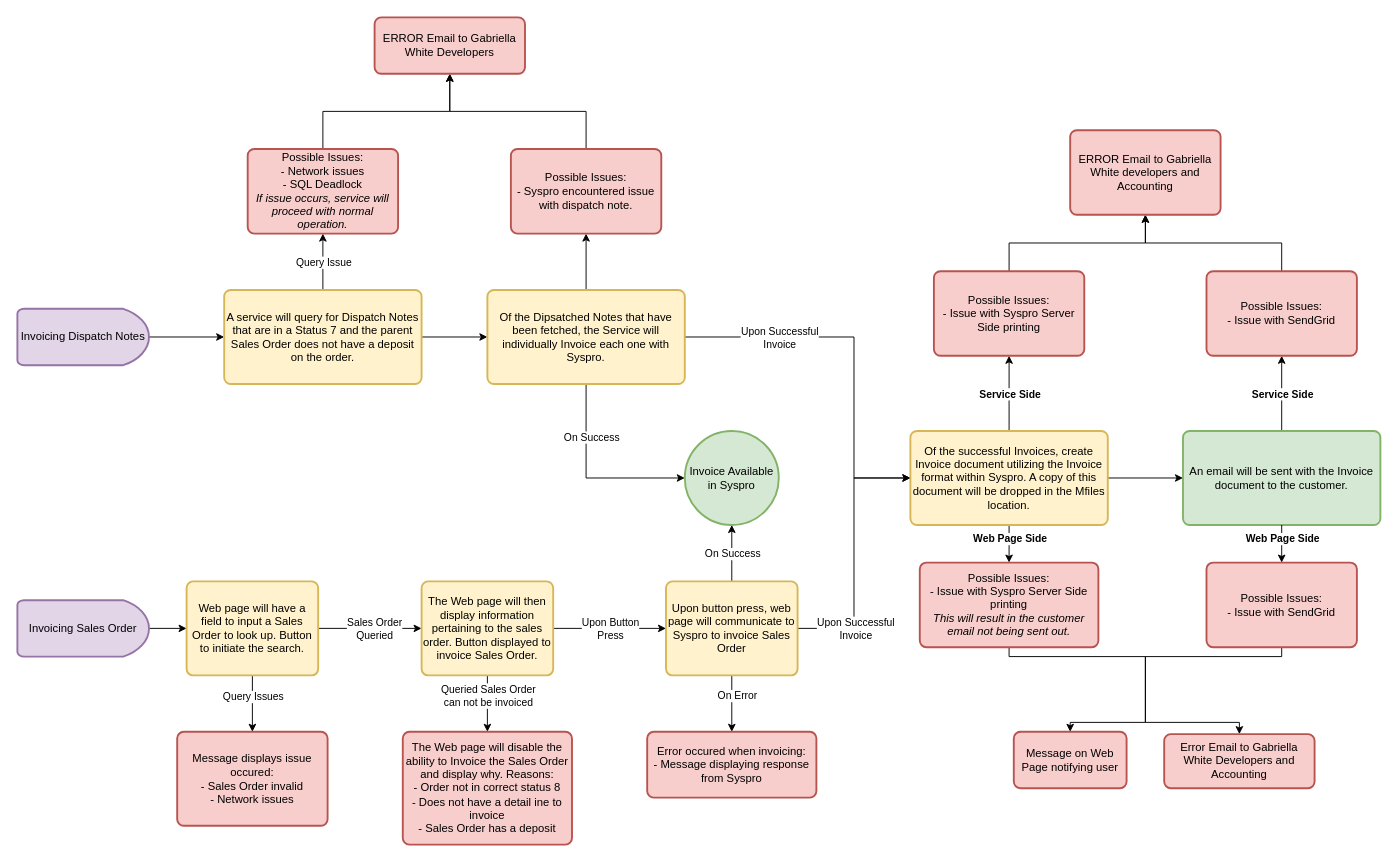
DevJustinP/WIP keeps this draw.io diagram as page "System Overview" (2 of 2) of Tickets/Normal Tickets/Ticket 34984 - Invoice Automation/Application Diagrams/ApplicationDiagram.drawio. Above is the earlier version. Source tidied: cells renumbered, new cells numbered last; positions are measured from the earlier drawing's top-left corner, leaving out a move shared by most shapes. Both pictures are drawn from the tidied source at 94%, with x=0, y=0 at pixel (17, 17).
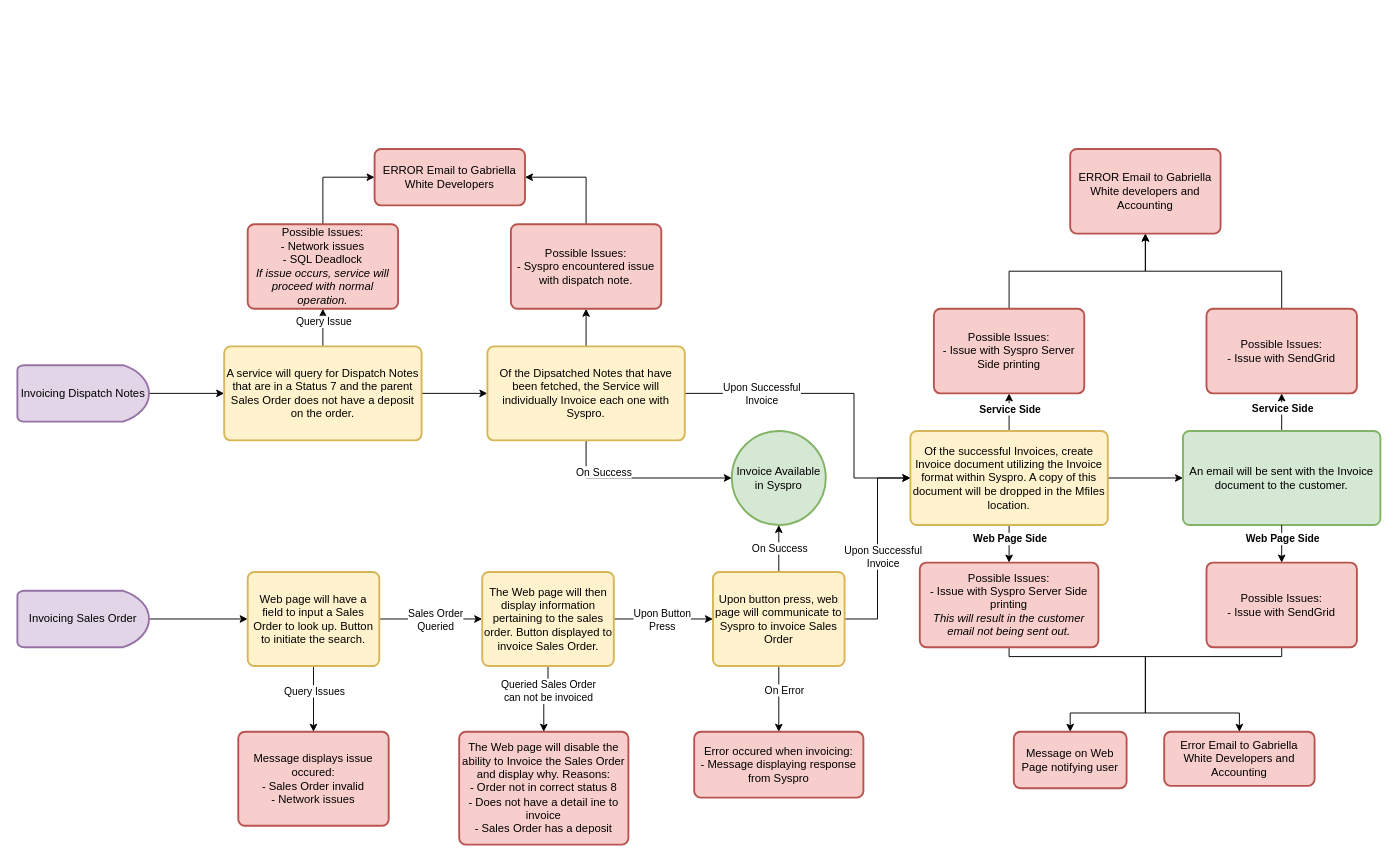
Above is the later version.

The change refers to these unchanged cells:
```xml
<mxCell id="20" value="Of the successful Invoices, create Invoice document utilizing the Invoice format within Syspro. A copy of this document will be dropped in the Mfiles location." style="rounded=1;whiteSpace=wrap;html=1;absoluteArcSize=1;arcSize=14;strokeWidth=2;fillColor=#fff2cc;strokeColor=#d6b656;" parent="1" vertex="1">
  <mxGeometry x="950" y="440" width="210" height="100" as="geometry" />
</mxCell>
<mxCell id="34" style="edgeStyle=orthogonalEdgeStyle;rounded=0;jettySize=auto;html=1;exitX=1;exitY=0.5;exitDx=0;exitDy=0;entryX=0;entryY=0.5;entryDx=0;entryDy=0;" parent="1" edge="1" source="40" target="20">
  <mxGeometry relative="1" as="geometry" />
</mxCell>
<mxCell id="56" value="Possible Issues:&lt;br&gt;- Issue with Syspro Server Side printing&lt;br&gt;&lt;i&gt;This will result in the customer email not being sent out.&lt;/i&gt;" style="rounded=1;whiteSpace=wrap;html=1;absoluteArcSize=1;arcSize=14;strokeWidth=2;fillColor=#f8cecc;strokeColor=#b85450;" parent="1" vertex="1">
  <mxGeometry x="960" y="580" width="190" height="90" as="geometry" />
</mxCell>
<mxCell id="57" value="Message on Web Page notifying user" style="rounded=1;whiteSpace=wrap;html=1;absoluteArcSize=1;arcSize=14;strokeWidth=2;fillColor=#f8cecc;strokeColor=#b85450;" parent="1" vertex="1">
  <mxGeometry x="1060" y="760" width="120" height="60" as="geometry" />
</mxCell>
<mxCell id="61" value="Possible Issues:&lt;br&gt;- Issue with SendGrid" style="rounded=1;whiteSpace=wrap;html=1;absoluteArcSize=1;arcSize=14;strokeWidth=2;fillColor=#f8cecc;strokeColor=#b85450;" parent="1" vertex="1">
  <mxGeometry x="1265" y="580" width="160" height="90" as="geometry" />
</mxCell>
```

The edit, as a diff of the source:
```diff
@@
     <mxCell id="3" value="Invoicing Dispatch Notes" style="strokeWidth=2;html=1;shape=mxgraph.flowchart.delay;whiteSpace=wrap;fillColor=#e1d5e7;strokeColor=#9673a6;" parent="1" vertex="1">
-      <mxGeometry y="310" width="140" height="60" as="geometry" />
+      <mxGeometry y="370" width="140" height="60" as="geometry" />
     </mxCell>
@@
     <mxCell id="7" value="A service will query for Dispatch Notes that are in a Status 7 and the parent Sales Order does not have a deposit on the order." style="rounded=1;whiteSpace=wrap;html=1;absoluteArcSize=1;arcSize=14;strokeWidth=2;fillColor=#fff2cc;strokeColor=#d6b656;" parent="1" vertex="1">
-      <mxGeometry x="220" y="290" width="210" height="100" as="geometry" />
+      <mxGeometry x="220" y="350" width="210" height="100" as="geometry" />
     </mxCell>
@@
-    <mxCell id="10" style="edgeStyle=orthogonalEdgeStyle;rounded=0;jettySize=auto;html=1;entryX=0;entryY=0.5;entryDx=0;entryDy=0;" parent="1" edge="1" source="13" target="20">
+    <mxCell id="10" style="edgeStyle=orthogonalEdgeStyle;rounded=0;jettySize=auto;html=1;entryX=0;entryY=0.5;entryDx=0;entryDy=0;exitX=1;exitY=0.5;exitDx=0;exitDy=0;" parent="1" edge="1" source="13" target="20">
       <mxGeometry relative="1" as="geometry">
         <Array as="points">
-          <mxPoint x="890" y="340" />
+          <mxPoint x="890" y="400" />
           <mxPoint x="890" y="490" />
         </Array>
       </mxGeometry>
     </mxCell>
@@
     <mxCell id="13" value="Of the Dipsatched Notes that have been fetched, the Service will individually Invoice each one with Syspro." style="rounded=1;whiteSpace=wrap;html=1;absoluteArcSize=1;arcSize=14;strokeWidth=2;fillColor=#fff2cc;strokeColor=#d6b656;" parent="1" vertex="1">
-      <mxGeometry x="500" y="290" width="210" height="100" as="geometry" />
+      <mxGeometry x="500" y="350" width="210" height="100" as="geometry" />
     </mxCell>
     <mxCell id="14" value="Invoice Available in Syspro" style="strokeWidth=2;html=1;shape=mxgraph.flowchart.start_2;whiteSpace=wrap;fillColor=#d5e8d4;strokeColor=#82b366;" parent="1" vertex="1">
-      <mxGeometry x="710" y="440" width="100" height="100" as="geometry" />
+      <mxGeometry x="760" y="440" width="100" height="100" as="geometry" />
     </mxCell>
@@
     <mxCell id="22" value="Invoicing Sales Order" style="strokeWidth=2;html=1;shape=mxgraph.flowchart.delay;whiteSpace=wrap;fillColor=#e1d5e7;strokeColor=#9673a6;" parent="1" vertex="1">
-      <mxGeometry y="620" width="140" height="60" as="geometry" />
+      <mxGeometry y="610" width="140" height="60" as="geometry" />
     </mxCell>
@@
     <mxCell id="27" value="Web page will have a field to input a Sales Order to look up. Button to initiate the search." style="rounded=1;whiteSpace=wrap;html=1;absoluteArcSize=1;arcSize=14;strokeWidth=2;fillColor=#fff2cc;strokeColor=#d6b656;" parent="1" vertex="1">
-      <mxGeometry x="180" y="600" width="140" height="100" as="geometry" />
+      <mxGeometry x="245" y="590" width="140" height="100" as="geometry" />
     </mxCell>
@@
     <mxCell id="32" value="The Web page will then display information pertaining to the sales order. Button displayed to invoice Sales Order." style="rounded=1;whiteSpace=wrap;html=1;absoluteArcSize=1;arcSize=14;strokeWidth=2;fillColor=#fff2cc;strokeColor=#d6b656;" parent="1" vertex="1">
-      <mxGeometry x="430" y="600" width="140" height="100" as="geometry" />
+      <mxGeometry x="494.5" y="590" width="140" height="100" as="geometry" />
     </mxCell>
     <mxCell id="33" value="The Web page will disable the ability to Invoice the Sales Order and display why. Reasons:&lt;br&gt;- Order not in correct status 8&lt;br&gt;- Does not have a detail ine to invoice&lt;br&gt;- Sales Order has a deposit" style="rounded=1;whiteSpace=wrap;html=1;absoluteArcSize=1;arcSize=14;strokeWidth=2;fillColor=#f8cecc;strokeColor=#b85450;" parent="1" vertex="1">
-      <mxGeometry x="410" y="760" width="180" height="120" as="geometry" />
+      <mxGeometry x="470" y="760" width="180" height="120" as="geometry" />
     </mxCell>
@@
     <mxCell id="35" value="Upon Successful&lt;br style=&quot;border-color: var(--border-color);&quot;&gt;Invoice" style="edgeLabel;html=1;align=center;verticalAlign=middle;" parent="34" vertex="1">
       <mxGeometry x="0.3" y="-1" relative="1" as="geometry">
-        <mxPoint y="122" as="offset" />
+        <mxPoint x="4" y="41" as="offset" />
       </mxGeometry>
     </mxCell>
@@
     <mxCell id="40" value="Upon button press, web page will communicate to Syspro to invoice Sales Order" style="rounded=1;whiteSpace=wrap;html=1;absoluteArcSize=1;arcSize=14;strokeWidth=2;fillColor=#fff2cc;strokeColor=#d6b656;" parent="1" vertex="1">
-      <mxGeometry x="690" y="600" width="140" height="100" as="geometry" />
+      <mxGeometry x="740" y="590" width="140" height="100" as="geometry" />
     </mxCell>
     <mxCell id="41" value="Message displays issue occured:&lt;br&gt;- Sales Order invalid&lt;br&gt;- Network issues" style="rounded=1;whiteSpace=wrap;html=1;absoluteArcSize=1;arcSize=14;strokeWidth=2;fillColor=#f8cecc;strokeColor=#b85450;" parent="1" vertex="1">
-      <mxGeometry x="170" y="760" width="160" height="100" as="geometry" />
+      <mxGeometry x="235" y="760" width="160" height="100" as="geometry" />
     </mxCell>
     <mxCell id="42" value="Error occured when invoicing:&lt;br&gt;- Message displaying response from Syspro" style="rounded=1;whiteSpace=wrap;html=1;absoluteArcSize=1;arcSize=14;strokeWidth=2;fillColor=#f8cecc;strokeColor=#b85450;" parent="1" vertex="1">
-      <mxGeometry x="670" y="760" width="180" height="70" as="geometry" />
+      <mxGeometry x="720" y="760" width="180" height="70" as="geometry" />
     </mxCell>
@@
-    <mxCell id="46" style="edgeStyle=orthogonalEdgeStyle;rounded=0;jettySize=auto;html=1;entryX=0.5;entryY=1;entryDx=0;entryDy=0;" parent="1" edge="1" source="47" target="50">
+    <mxCell id="46" style="edgeStyle=orthogonalEdgeStyle;rounded=0;jettySize=auto;html=1;entryX=0;entryY=0.5;entryDx=0;entryDy=0;" parent="1" edge="1" source="47" target="50">
       <mxGeometry relative="1" as="geometry">
         <Array as="points">
-          <mxPoint x="325" y="100" />
-          <mxPoint x="460" y="100" />
+          <mxPoint x="325" y="170" />
         </Array>
       </mxGeometry>
     </mxCell>
     <mxCell id="47" value="Possible Issues:&lt;br&gt;- Network issues&lt;br&gt;- SQL Deadlock&lt;br&gt;&lt;i&gt;If issue occurs, service will proceed with normal operation.&lt;/i&gt;" style="rounded=1;whiteSpace=wrap;html=1;absoluteArcSize=1;arcSize=14;strokeWidth=2;fillColor=#f8cecc;strokeColor=#b85450;" parent="1" vertex="1">
-      <mxGeometry x="245" y="140" width="160" height="90" as="geometry" />
+      <mxGeometry x="245" y="220" width="160" height="90" as="geometry" />
     </mxCell>
-    <mxCell id="48" style="edgeStyle=orthogonalEdgeStyle;rounded=0;jettySize=auto;html=1;entryX=0.5;entryY=1;entryDx=0;entryDy=0;" parent="1" edge="1" source="49" target="50">
+    <mxCell id="48" style="edgeStyle=orthogonalEdgeStyle;rounded=0;jettySize=auto;html=1;entryX=1;entryY=0.5;entryDx=0;entryDy=0;" parent="1" edge="1" source="49" target="50">
       <mxGeometry relative="1" as="geometry">
         <Array as="points">
-          <mxPoint x="605" y="100" />
-          <mxPoint x="460" y="100" />
+          <mxPoint x="605" y="170" />
         </Array>
       </mxGeometry>
     </mxCell>
     <mxCell id="49" value="Possible Issues:&lt;br&gt;- Syspro encountered issue with dispatch note." style="rounded=1;whiteSpace=wrap;html=1;absoluteArcSize=1;arcSize=14;strokeWidth=2;fillColor=#f8cecc;strokeColor=#b85450;" parent="1" vertex="1">
-      <mxGeometry x="525" y="140" width="160" height="90" as="geometry" />
+      <mxGeometry x="525" y="220" width="160" height="90" as="geometry" />
     </mxCell>
     <mxCell id="50" value="ERROR Email to Gabriella White Developers" style="rounded=1;whiteSpace=wrap;html=1;absoluteArcSize=1;arcSize=14;strokeWidth=2;fillColor=#f8cecc;strokeColor=#b85450;" parent="1" vertex="1">
-      <mxGeometry x="380" width="160" height="60" as="geometry" />
+      <mxGeometry x="380" y="140" width="160" height="60" as="geometry" />
     </mxCell>
@@
     <mxCell id="52" value="Possible Issues:&lt;br&gt;- Issue with Syspro Server Side printing" style="rounded=1;whiteSpace=wrap;html=1;absoluteArcSize=1;arcSize=14;strokeWidth=2;fillColor=#f8cecc;strokeColor=#b85450;" parent="1" vertex="1">
-      <mxGeometry x="975" y="270" width="160" height="90" as="geometry" />
+      <mxGeometry x="975" y="310" width="160" height="90" as="geometry" />
     </mxCell>
@@
     <mxCell id="54" value="Possible Issues:&lt;br&gt;- Issue with SendGrid" style="rounded=1;whiteSpace=wrap;html=1;absoluteArcSize=1;arcSize=14;strokeWidth=2;fillColor=#f8cecc;strokeColor=#b85450;" parent="1" vertex="1">
-      <mxGeometry x="1265" y="270" width="160" height="90" as="geometry" />
+      <mxGeometry x="1265" y="310" width="160" height="90" as="geometry" />
     </mxCell>
     <mxCell id="55" style="edgeStyle=orthogonalEdgeStyle;rounded=0;jettySize=auto;html=1;entryX=0.5;entryY=0;entryDx=0;entryDy=0;" parent="1" edge="1" source="56" target="57">
       <mxGeometry relative="1" as="geometry">
         <Array as="points">
           <mxPoint x="1055" y="680" />
           <mxPoint x="1200" y="680" />
-          <mxPoint x="1200" y="750" />
-          <mxPoint x="1120" y="750" />
+          <mxPoint x="1200" y="740" />
+          <mxPoint x="1120" y="740" />
         </Array>
       </mxGeometry>
     </mxCell>
@@
     <mxCell id="58" value="Error Email to Gabriella White Developers and Accounting" style="rounded=1;whiteSpace=wrap;html=1;absoluteArcSize=1;arcSize=14;strokeWidth=2;fillColor=#f8cecc;strokeColor=#b85450;" parent="1" vertex="1">
-      <mxGeometry x="1220" y="762.5" width="160" height="57.5" as="geometry" />
+      <mxGeometry x="1220" y="760" width="160" height="57.5" as="geometry" />
     </mxCell>
     <mxCell id="59" value="ERROR Email to Gabriella White developers and Accounting" style="rounded=1;whiteSpace=wrap;html=1;absoluteArcSize=1;arcSize=14;strokeWidth=2;fillColor=#f8cecc;strokeColor=#b85450;" parent="1" vertex="1">
-      <mxGeometry x="1120" y="120" width="160" height="90" as="geometry" />
+      <mxGeometry x="1120" y="140" width="160" height="90" as="geometry" />
     </mxCell>
     <mxCell id="60" style="edgeStyle=orthogonalEdgeStyle;rounded=0;jettySize=auto;html=1;entryX=0.5;entryY=0;entryDx=0;entryDy=0;exitX=0.5;exitY=1;exitDx=0;exitDy=0;" parent="1" edge="1" source="61" target="58">
       <mxGeometry relative="1" as="geometry">
         <Array as="points">
           <mxPoint x="1345" y="680" />
           <mxPoint x="1200" y="680" />
-          <mxPoint x="1200" y="750" />
-          <mxPoint x="1300" y="750" />
+          <mxPoint x="1200" y="740" />
+          <mxPoint x="1300" y="740" />
         </Array>
       </mxGeometry>
     </mxCell>
```
